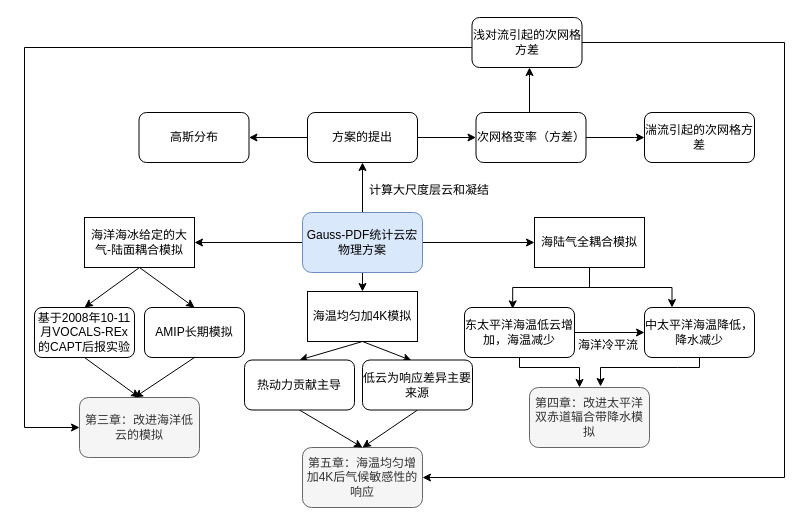
Above: dissertation-technique flowchart.drawio in qinyia/drawio.output (draw.io), before the change. Source tidied: cells renumbered, new cells numbered last; positions are measured from the earlier drawing's top-left corner, leaving out a move shared by most shapes. Both pictures are drawn from the tidied source at 100%, with x=0, y=0 at pixel (24, 17).
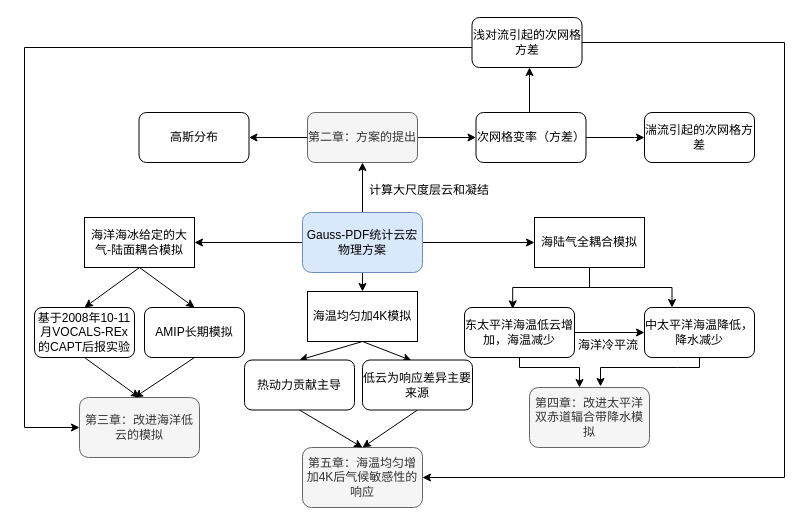
After the change.

Change to the diagram source:
```diff
@@
-    <mxCell id="9" value="方案的提出" style="rounded=1;whiteSpace=wrap;html=1;" parent="1" vertex="1">
+    <mxCell id="9" value="第二章：方案的提出" style="rounded=1;whiteSpace=wrap;html=1;fillColor=#f5f5f5;strokeColor=#666666;fontColor=#333333;" parent="1" vertex="1">
       <mxGeometry x="283" y="95" width="110" height="50" as="geometry" />
     </mxCell>
```
